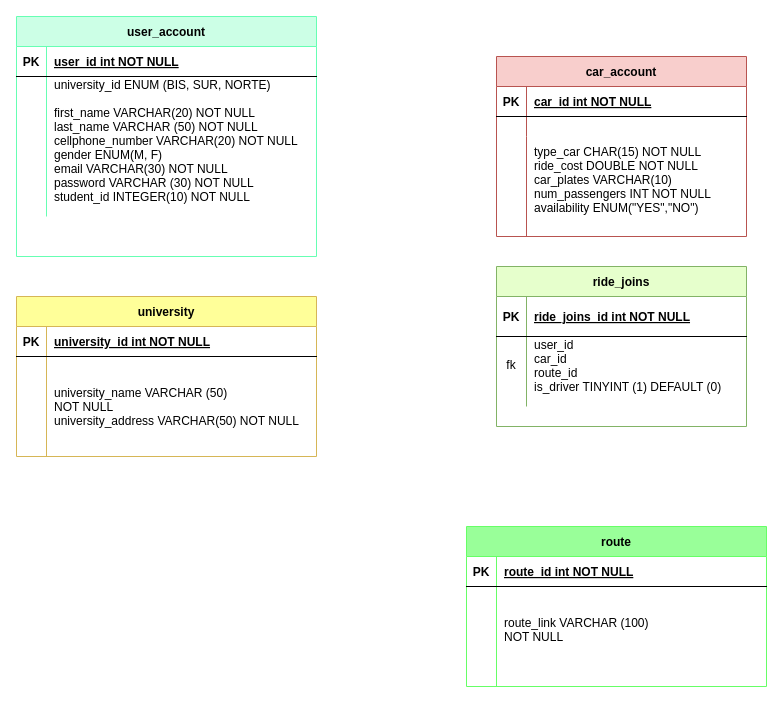
Above: entity-relationship-diagram.drawio in carpool-bis/entity-relationship-diagram (draw.io), before the change. Source tidied: cells renumbered, new cells numbered last; positions are measured from the earlier drawing's top-left corner, leaving out a move shared by most shapes. Both pictures are drawn from the tidied source at 100%, with x=0, y=0 at pixel (16, 16).
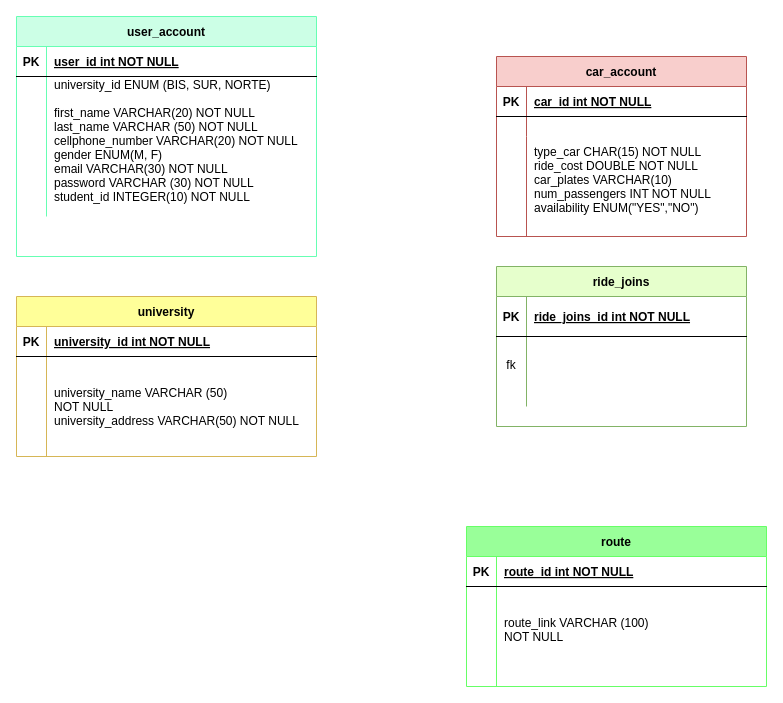
After the change.

Commit message:
updating ride joins

Unchanged cells that the change refers to:
```xml
<mxCell id="37" style="shape=partialRectangle;fillColor=none;top=0;left=0;right=0;bottom=0;" parent="33" vertex="1">
  <mxGeometry y="70" width="250" height="70" as="geometry" />
</mxCell>
```

What changed in the source:
```diff
@@
-    <mxCell id="39" value="user_id&#10;car_id&#10;route_id&#10;is_driver TINYINT (1) DEFAULT (0)&#10;" style="shape=partialRectangle;overflow=hidden;fillColor=none;top=0;left=0;bottom=0;right=0;align=left;spacingLeft=6;" parent="37" vertex="1">
+    <mxCell id="39" style="shape=partialRectangle;overflow=hidden;fillColor=none;top=0;left=0;bottom=0;right=0;align=left;spacingLeft=6;" parent="37" vertex="1">
       <mxGeometry x="30" width="220" height="70" as="geometry" />
     </mxCell>
```
